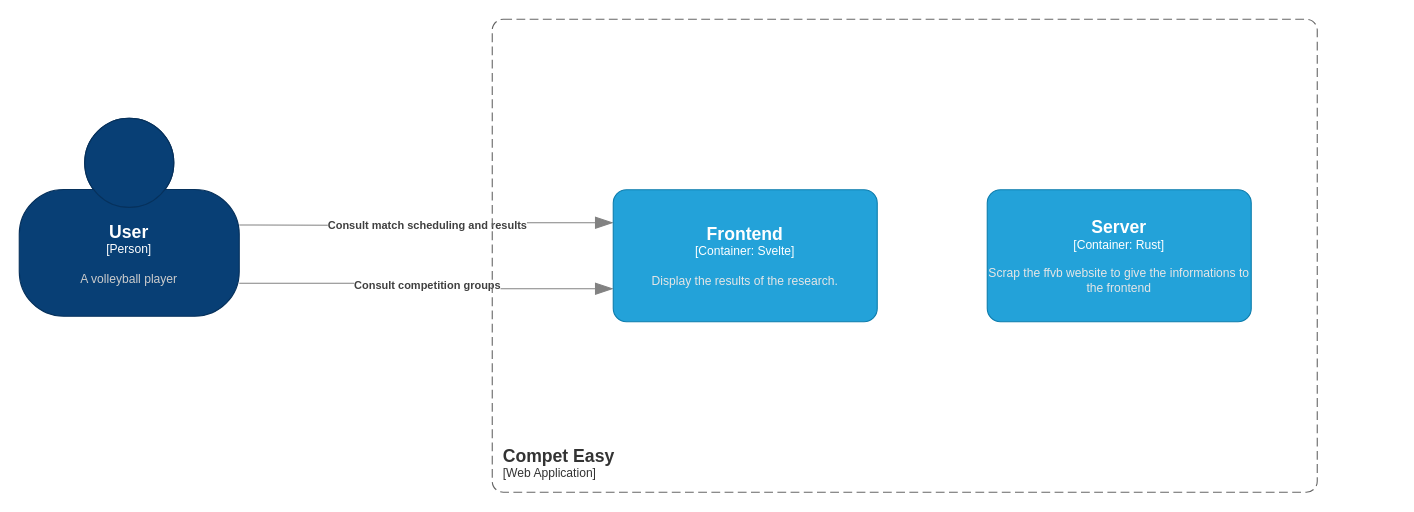
This is page "Containers" (2 of 3) of C4.drawio from Mthdqe/Competeasy, a draw.io file, before an edit. Source tidied: cells renumbered, new cells numbered last; positions are measured from the earlier drawing's top-left corner, leaving out a move shared by most shapes. Both pictures are drawn from the tidied source at 110%, with x=0, y=0 at pixel (19, 19).
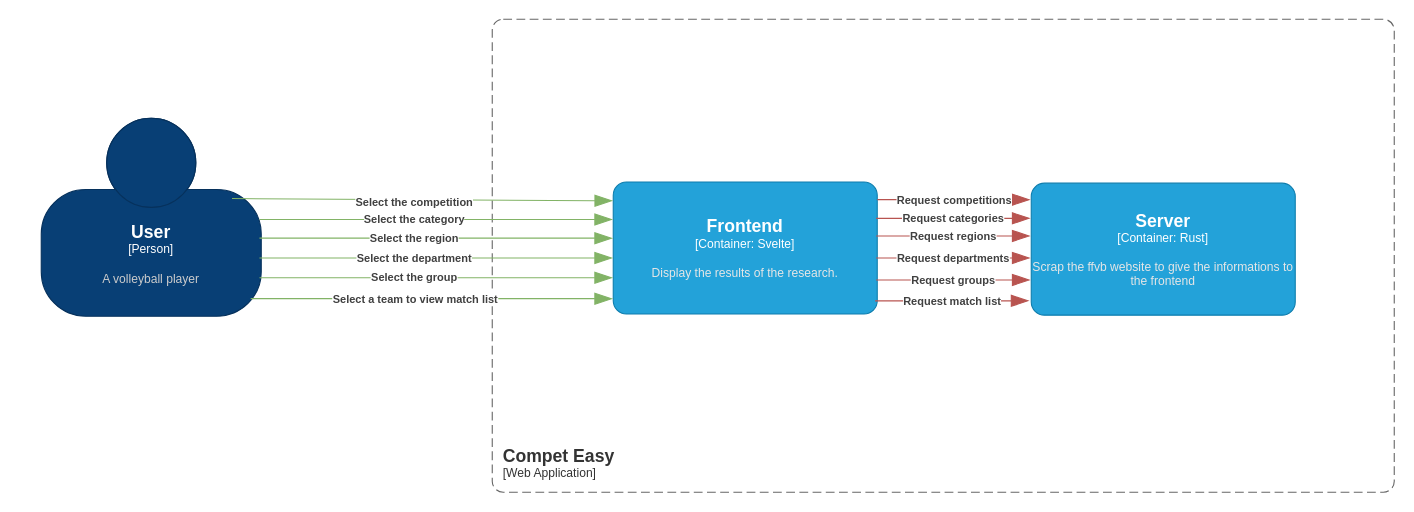
The same page after the edit.

The edit, as a diff of the source:
```diff
@@
     <object id="2" label="&lt;font style=&quot;font-size: 16px&quot;&gt;&lt;b&gt;%c4Name%&lt;/b&gt;&lt;/font&gt;&lt;div&gt;[%c4Type%]&lt;/div&gt;&lt;br&gt;&lt;div&gt;&lt;font style=&quot;font-size: 11px&quot;&gt;&lt;font color=&quot;#cccccc&quot;&gt;%c4Description%&lt;/font&gt;&lt;/div&gt;" c4Description="A volleyball player" c4Name="User" c4Type="Person" placeholders="1">
       <mxCell style="html=1;fontSize=11;dashed=0;whiteSpace=wrap;fillColor=#083F75;strokeColor=#06315C;fontColor=#ffffff;shape=mxgraph.c4.person2;align=center;" parent="1" vertex="1">
-        <mxGeometry y="90" width="200" height="180" as="geometry" />
+        <mxGeometry x="20" y="90" width="200" height="180" as="geometry" />
       </mxCell>
     </object>
-    <object id="3" label="&lt;div style=&quot;text-align: left&quot;&gt;&lt;div style=&quot;text-align: center&quot;&gt;&lt;b&gt;%c4Description%&lt;/b&gt;&lt;/div&gt;" c4Description="Consult competition groups" placeholders="1">
-      <mxCell style="endArrow=blockThin;html=1;fontSize=10;fontColor=#404040;strokeWidth=1;endFill=1;strokeColor=#828282;elbow=vertical;endSize=14;startSize=14;jumpStyle=arc;jumpSize=16;rounded=0;edgeStyle=orthogonalEdgeStyle;entryX=0;entryY=0.75;entryDx=0;entryDy=0;entryPerimeter=0;" parent="1" edge="1" target="6">
-        <mxGeometry relative="1" as="geometry">
-          <mxPoint x="200" y="240" as="sourcePoint" />
-          <Array as="points">
-            <mxPoint x="200" y="240" />
-            <mxPoint x="371" y="240" />
-            <mxPoint x="371" y="245" />
-          </Array>
-        </mxGeometry>
-      </mxCell>
-    </object>
-    <object id="4" label="&lt;div style=&quot;text-align: left&quot;&gt;&lt;div style=&quot;text-align: center&quot;&gt;&lt;b&gt;%c4Description%&lt;/b&gt;&lt;/div&gt;" c4Description="Consult match scheduling and results" placeholders="1">
-      <mxCell style="endArrow=blockThin;html=1;fontSize=10;fontColor=#404040;strokeWidth=1;endFill=1;strokeColor=#828282;elbow=vertical;endSize=14;startSize=14;jumpStyle=arc;jumpSize=16;rounded=0;edgeStyle=orthogonalEdgeStyle;entryX=0;entryY=0.25;entryDx=0;entryDy=0;entryPerimeter=0;" parent="1" edge="1" target="6">
-        <mxGeometry relative="1" as="geometry">
-          <mxPoint x="200" y="187" as="sourcePoint" />
-        </mxGeometry>
-      </mxCell>
-    </object>
     <object id="5" label="&lt;font style=&quot;font-size: 16px&quot;&gt;&lt;b&gt;&lt;div style=&quot;text-align: left&quot;&gt;%c4Name%&lt;/div&gt;&lt;/b&gt;&lt;/font&gt;&lt;div style=&quot;text-align: left&quot;&gt;[%c4Application%]&lt;/div&gt;" c4Application="Web Application" c4Name="Compet Easy" placeholders="1">
       <mxCell style="rounded=1;fontSize=11;whiteSpace=wrap;html=1;dashed=1;arcSize=20;fillColor=none;strokeColor=#666666;fontColor=#333333;labelBackgroundColor=none;align=left;verticalAlign=bottom;labelBorderColor=none;spacingTop=0;spacing=10;dashPattern=8 4;perimeter=rectanglePerimeter;noLabel=0;labelPadding=0;absoluteArcSize=1;" parent="1" vertex="1">
-        <mxGeometry x="430" width="750" height="430" as="geometry" />
+        <mxGeometry x="430" width="820" height="430" as="geometry" />
       </mxCell>
     </object>
     <object id="6" label="&lt;font style=&quot;font-size: 16px&quot;&gt;&lt;b&gt;%c4Name%&lt;/b&gt;&lt;/font&gt;&lt;div&gt;[%c4Type%: %c4Technology%]&lt;/div&gt;&lt;br&gt;&lt;div&gt;&lt;font style=&quot;font-size: 11px&quot;&gt;&lt;font color=&quot;#E6E6E6&quot;&gt;%c4Description%&lt;/font&gt;&lt;/div&gt;" c4Description="Display the results of the research." c4Name="Frontend" c4Technology="Svelte" c4Type="Container" placeholders="1">
       <mxCell style="rounded=1;whiteSpace=wrap;html=1;fontSize=11;labelBackgroundColor=none;fillColor=#23A2D9;fontColor=#ffffff;align=center;arcSize=10;strokeColor=#0E7DAD;points=[[0.25,0,0],[0.5,0,0],[0.75,0,0],[1,0.25,0],[1,0.5,0],[1,0.75,0],[0.75,1,0],[0.5,1,0],[0.25,1,0],[0,0.75,0],[0,0.5,0],[0,0.25,0]];" parent="1" vertex="1">
-        <mxGeometry x="540" y="155" width="240" height="120" as="geometry" />
+        <mxGeometry x="540" y="148" width="240" height="120" as="geometry" />
       </mxCell>
     </object>
     <object id="7" label="&lt;font style=&quot;font-size: 16px&quot;&gt;&lt;b&gt;%c4Name%&lt;/b&gt;&lt;/font&gt;&lt;div&gt;[%c4Type%: %c4Technology%]&lt;/div&gt;&lt;br&gt;&lt;div&gt;&lt;font style=&quot;font-size: 11px&quot;&gt;&lt;font color=&quot;#E6E6E6&quot;&gt;%c4Description%&lt;/font&gt;&lt;/div&gt;" c4Description="Scrap the ffvb website to give the informations to the frontend" c4Name="Server" c4Technology="Rust" c4Type="Container" placeholders="1">
       <mxCell style="rounded=1;whiteSpace=wrap;html=1;fontSize=11;labelBackgroundColor=none;fillColor=#23A2D9;fontColor=#ffffff;align=center;arcSize=10;strokeColor=#0E7DAD;" parent="1" vertex="1">
-        <mxGeometry x="880" y="155" width="240" height="120" as="geometry" />
+        <mxGeometry x="920" y="149" width="240" height="120" as="geometry" />
       </mxCell>
     </object>
+    <object id="8" label="&lt;div style=&quot;text-align: left&quot;&gt;&lt;div style=&quot;text-align: center&quot;&gt;&lt;b&gt;%c4Description%&lt;/b&gt;&lt;/div&gt;" c4Description="Request competitions" placeholders="1">
+      <mxCell style="endArrow=blockThin;html=1;fontSize=10;fontColor=#404040;strokeWidth=1;endFill=1;strokeColor=#b85450;elbow=vertical;endSize=14;startSize=14;jumpStyle=arc;jumpSize=16;rounded=0;edgeStyle=orthogonalEdgeStyle;entryX=-0.004;entryY=0.125;entryDx=0;entryDy=0;entryPerimeter=0;fillColor=#f8cecc;" parent="1" edge="1">
+        <mxGeometry relative="1" as="geometry">
+          <mxPoint x="780" y="164" as="sourcePoint" />
+          <mxPoint x="919" y="164" as="targetPoint" />
+        </mxGeometry>
+      </mxCell>
+    </object>
+    <object id="9" label="&lt;div style=&quot;text-align: left&quot;&gt;&lt;div style=&quot;text-align: center&quot;&gt;&lt;b&gt;%c4Description%&lt;/b&gt;&lt;/div&gt;" c4Description="Request regions" placeholders="1">
+      <mxCell style="endArrow=blockThin;html=1;fontSize=10;fontColor=#404040;strokeWidth=1;endFill=1;strokeColor=#b85450;elbow=vertical;endSize=14;startSize=14;jumpStyle=arc;jumpSize=16;rounded=0;edgeStyle=orthogonalEdgeStyle;fillColor=#f8cecc;" parent="1" edge="1">
+        <mxGeometry relative="1" as="geometry">
+          <mxPoint x="779" y="197" as="sourcePoint" />
+          <mxPoint x="919" y="197" as="targetPoint" />
+        </mxGeometry>
+      </mxCell>
+    </object>
+    <object id="10" label="&lt;div style=&quot;text-align: left&quot;&gt;&lt;div style=&quot;text-align: center&quot;&gt;&lt;b&gt;%c4Description%&lt;/b&gt;&lt;/div&gt;" c4Description="Request departments" placeholders="1">
+      <mxCell style="endArrow=blockThin;html=1;fontSize=10;fontColor=#404040;strokeWidth=1;endFill=1;strokeColor=#b85450;elbow=vertical;endSize=14;startSize=14;jumpStyle=arc;jumpSize=16;rounded=0;edgeStyle=orthogonalEdgeStyle;fillColor=#f8cecc;" parent="1" edge="1">
+        <mxGeometry relative="1" as="geometry">
+          <mxPoint x="779" y="217" as="sourcePoint" />
+          <mxPoint x="919" y="217" as="targetPoint" />
+        </mxGeometry>
+      </mxCell>
+    </object>
+    <object id="11" label="&lt;div style=&quot;text-align: left&quot;&gt;&lt;div style=&quot;text-align: center&quot;&gt;&lt;b&gt;%c4Description%&lt;/b&gt;&lt;/div&gt;" c4Description="Request groups" placeholders="1">
+      <mxCell style="endArrow=blockThin;html=1;fontSize=10;fontColor=#404040;strokeWidth=1;endFill=1;strokeColor=#b85450;elbow=vertical;endSize=14;startSize=14;jumpStyle=arc;jumpSize=16;rounded=0;edgeStyle=orthogonalEdgeStyle;fillColor=#f8cecc;" parent="1" edge="1">
+        <mxGeometry relative="1" as="geometry">
+          <mxPoint x="779" y="237" as="sourcePoint" />
+          <mxPoint x="919" y="237" as="targetPoint" />
+        </mxGeometry>
+      </mxCell>
+    </object>
+    <object id="12" label="&lt;div style=&quot;text-align: left&quot;&gt;&lt;div style=&quot;text-align: center&quot;&gt;&lt;b&gt;%c4Description%&lt;/b&gt;&lt;/div&gt;" c4Description="Request match list" placeholders="1">
+      <mxCell style="endArrow=blockThin;html=1;fontSize=10;fontColor=#404040;strokeWidth=1;endFill=1;strokeColor=#b85450;elbow=vertical;endSize=14;startSize=14;jumpStyle=arc;jumpSize=16;rounded=0;edgeStyle=orthogonalEdgeStyle;fillColor=#f8cecc;" parent="1" edge="1">
+        <mxGeometry relative="1" as="geometry">
+          <mxPoint x="778" y="256" as="sourcePoint" />
+          <mxPoint x="918" y="256" as="targetPoint" />
+        </mxGeometry>
+      </mxCell>
+    </object>
+    <object id="13" label="&lt;div style=&quot;text-align: left&quot;&gt;&lt;div style=&quot;text-align: center&quot;&gt;&lt;b&gt;%c4Description%&lt;/b&gt;&lt;/div&gt;" c4Description="Select the competition" placeholders="1">
+      <mxCell style="endArrow=blockThin;html=1;fontSize=10;fontColor=#404040;strokeWidth=1;endFill=1;strokeColor=#82b366;elbow=vertical;endSize=14;startSize=14;jumpStyle=arc;jumpSize=16;rounded=0;edgeStyle=orthogonalEdgeStyle;entryX=-0.008;entryY=0.317;entryDx=0;entryDy=0;entryPerimeter=0;exitX=0.865;exitY=0.383;exitDx=0;exitDy=0;exitPerimeter=0;fillColor=#d5e8d4;" parent="1" edge="1">
+        <mxGeometry x="-0.04" y="-2" relative="1" as="geometry">
+          <mxPoint x="193.4" y="163" as="sourcePoint" />
+          <mxPoint x="539.5" y="165" as="targetPoint" />
+          <Array as="points">
+            <mxPoint x="193" y="164" />
+            <mxPoint x="367" y="164" />
+            <mxPoint x="367" y="165" />
+          </Array>
+        </mxGeometry>
+      </mxCell>
+    </object>
+    <object id="14" label="&lt;div style=&quot;text-align: left&quot;&gt;&lt;div style=&quot;text-align: center&quot;&gt;&lt;b&gt;%c4Description%&lt;/b&gt;&lt;/div&gt;" c4Description="Select the region" placeholders="1">
+      <mxCell style="endArrow=blockThin;html=1;fontSize=10;fontColor=#404040;strokeWidth=1;endFill=1;strokeColor=#82b366;elbow=vertical;endSize=14;startSize=14;jumpStyle=arc;jumpSize=16;rounded=0;edgeStyle=orthogonalEdgeStyle;entryX=-0.017;entryY=0.642;entryDx=0;entryDy=0;entryPerimeter=0;fillColor=#d5e8d4;" parent="1" edge="1">
+        <mxGeometry x="-0.12" relative="1" as="geometry">
+          <mxPoint x="218.4" y="199" as="sourcePoint" />
+          <mxPoint x="539.4" y="199" as="targetPoint" />
+        </mxGeometry>
+      </mxCell>
+    </object>
+    <object id="15" label="&lt;div style=&quot;text-align: left&quot;&gt;&lt;div style=&quot;text-align: center&quot;&gt;&lt;b&gt;%c4Description%&lt;/b&gt;&lt;/div&gt;" c4Description="Select the department" placeholders="1">
+      <mxCell style="endArrow=blockThin;html=1;fontSize=10;fontColor=#404040;strokeWidth=1;endFill=1;strokeColor=#82b366;elbow=vertical;endSize=14;startSize=14;jumpStyle=arc;jumpSize=16;rounded=0;edgeStyle=orthogonalEdgeStyle;entryX=-0.017;entryY=0.642;entryDx=0;entryDy=0;entryPerimeter=0;fillColor=#d5e8d4;" parent="1" edge="1">
+        <mxGeometry x="-0.12" relative="1" as="geometry">
+          <mxPoint x="218.4" y="217" as="sourcePoint" />
+          <mxPoint x="539.4" y="217" as="targetPoint" />
+        </mxGeometry>
+      </mxCell>
+    </object>
+    <object id="16" label="&lt;div style=&quot;text-align: left&quot;&gt;&lt;div style=&quot;text-align: center&quot;&gt;&lt;b&gt;%c4Description%&lt;/b&gt;&lt;/div&gt;" c4Description="Select the group" placeholders="1">
+      <mxCell style="endArrow=blockThin;html=1;fontSize=10;fontColor=#404040;strokeWidth=1;endFill=1;strokeColor=#82b366;elbow=vertical;endSize=14;startSize=14;jumpStyle=arc;jumpSize=16;rounded=0;edgeStyle=orthogonalEdgeStyle;entryX=-0.017;entryY=0.642;entryDx=0;entryDy=0;entryPerimeter=0;fillColor=#d5e8d4;" parent="1" edge="1">
+        <mxGeometry x="-0.12" y="1" relative="1" as="geometry">
+          <mxPoint x="218.4" y="235" as="sourcePoint" />
+          <mxPoint x="539.4" y="235" as="targetPoint" />
+        </mxGeometry>
+      </mxCell>
+    </object>
+    <object id="17" label="&lt;div style=&quot;text-align: left&quot;&gt;&lt;div style=&quot;text-align: center&quot;&gt;&lt;b&gt;%c4Description%&lt;/b&gt;&lt;/div&gt;" c4Description="Select a team to view match list" placeholders="1">
+      <mxCell style="endArrow=blockThin;html=1;fontSize=10;fontColor=#404040;strokeWidth=1;endFill=1;strokeColor=#82b366;elbow=vertical;endSize=14;startSize=14;jumpStyle=arc;jumpSize=16;rounded=0;edgeStyle=orthogonalEdgeStyle;entryX=-0.017;entryY=0.642;entryDx=0;entryDy=0;entryPerimeter=0;fillColor=#d5e8d4;" parent="1" edge="1">
+        <mxGeometry x="-0.09" relative="1" as="geometry">
+          <mxPoint x="210.4" y="254" as="sourcePoint" />
+          <mxPoint x="539.4" y="254" as="targetPoint" />
+        </mxGeometry>
+      </mxCell>
+    </object>
+    <object id="18" label="&lt;div style=&quot;text-align: left&quot;&gt;&lt;div style=&quot;text-align: center&quot;&gt;&lt;b&gt;%c4Description%&lt;/b&gt;&lt;/div&gt;" c4Description="Select the category" placeholders="1">
+      <mxCell style="endArrow=blockThin;html=1;fontSize=10;fontColor=#404040;strokeWidth=1;endFill=1;strokeColor=#82b366;elbow=vertical;endSize=14;startSize=14;jumpStyle=arc;jumpSize=16;rounded=0;edgeStyle=orthogonalEdgeStyle;entryX=-0.017;entryY=0.642;entryDx=0;entryDy=0;entryPerimeter=0;fillColor=#d5e8d4;" parent="1" edge="1">
+        <mxGeometry x="-0.12" relative="1" as="geometry">
+          <mxPoint x="218.4" y="182" as="sourcePoint" />
+          <mxPoint x="539.4" y="182" as="targetPoint" />
+        </mxGeometry>
+      </mxCell>
+    </object>
+    <object id="19" label="&lt;div style=&quot;text-align: left&quot;&gt;&lt;div style=&quot;text-align: center&quot;&gt;&lt;b&gt;%c4Description%&lt;/b&gt;&lt;/div&gt;" c4Description="Request categories" placeholders="1">
+      <mxCell style="endArrow=blockThin;html=1;fontSize=10;fontColor=#404040;strokeWidth=1;endFill=1;strokeColor=#b85450;elbow=vertical;endSize=14;startSize=14;jumpStyle=arc;jumpSize=16;rounded=0;edgeStyle=orthogonalEdgeStyle;fillColor=#f8cecc;" parent="1" edge="1">
+        <mxGeometry relative="1" as="geometry">
+          <mxPoint x="779" y="181" as="sourcePoint" />
+          <mxPoint x="919" y="181" as="targetPoint" />
+        </mxGeometry>
+      </mxCell>
+    </object>
```
